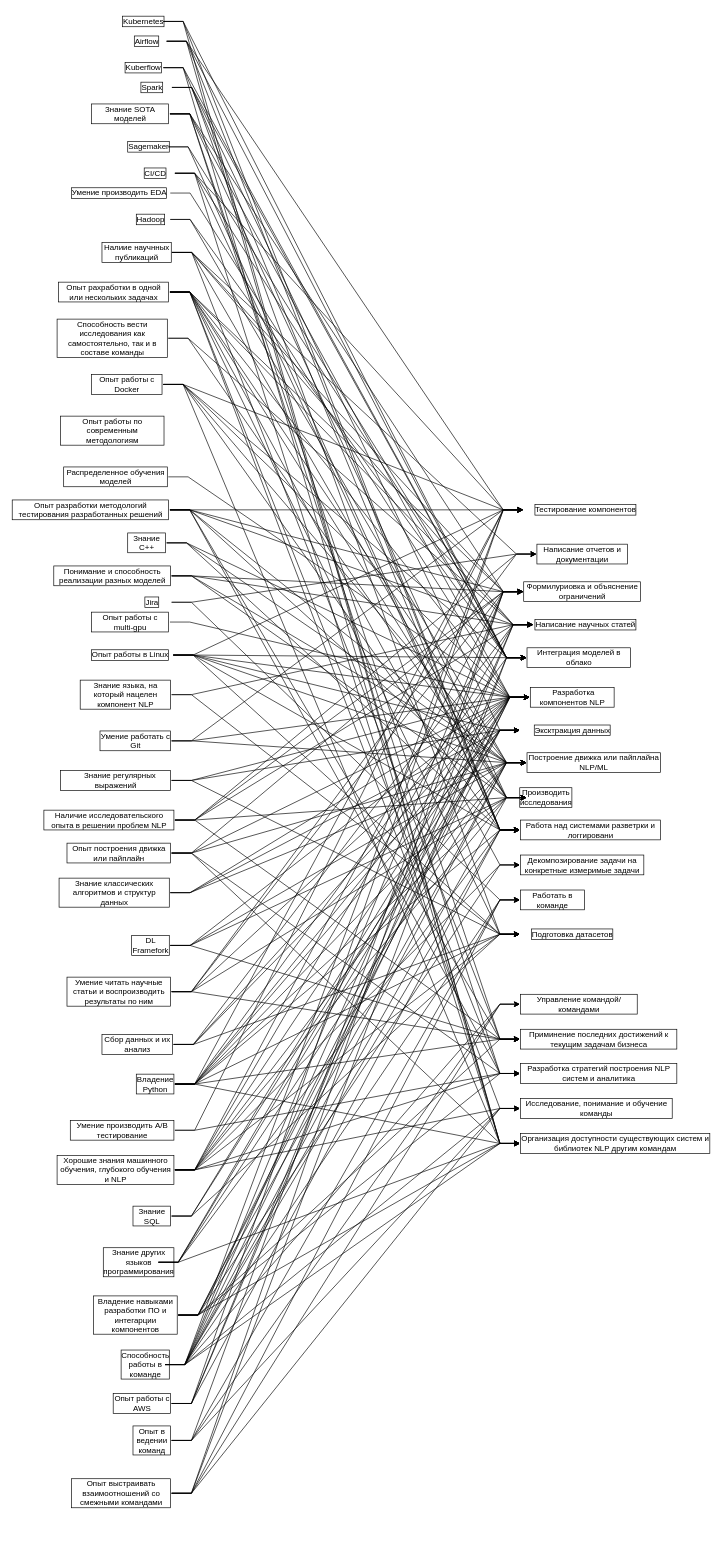
Before: page "Граф навык-обязанность" (3 of 5) of competencies_nlp.drawio in Astromis/nlp-compass, a draw.io diagram. Source tidied: cells renumbered, new cells numbered last; positions are measured from the earlier drawing's top-left corner, leaving out a move shared by most shapes. Both pictures are drawn from the tidied source at 66%, with x=0, y=0 at pixel (11, 11).
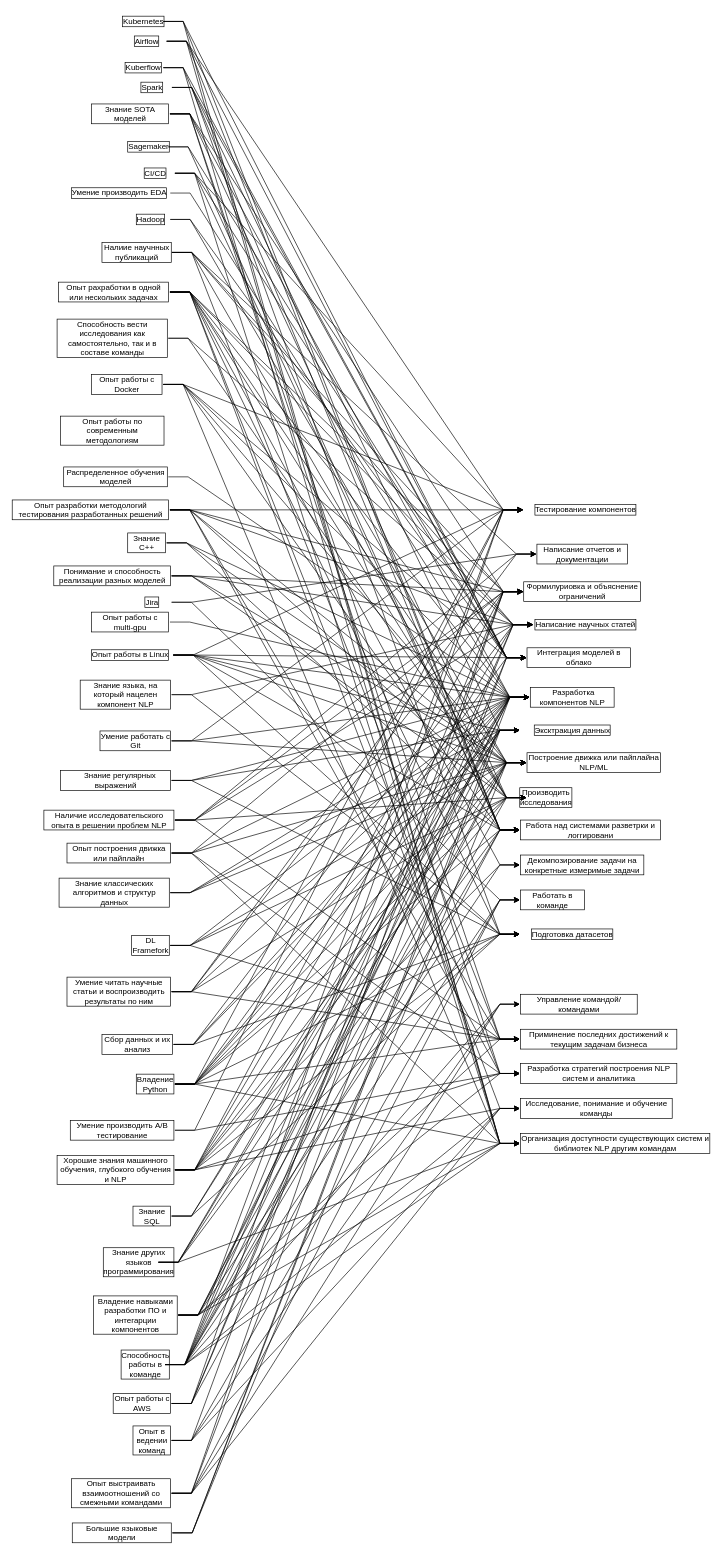
Above is the later version.

Unchanged cells that the change refers to:
```xml
<mxCell id="210" value=" Разработка компонентов NLP" style="text;strokeColor=none;fillColor=none;align=center;verticalAlign=middle;whiteSpace=wrap;rounded=0;dashed=1;labelBackgroundColor=none;labelBorderColor=default;fontColor=#000000;flipV=0;" parent="1" vertex="1">
  <mxGeometry x="785" y="1024" width="130" height="30" as="geometry" />
</mxCell>
<mxCell id="215" value="Эксктракция данных " style="text;strokeColor=none;fillColor=none;align=center;verticalAlign=middle;whiteSpace=wrap;rounded=0;dashed=1;labelBackgroundColor=none;labelBorderColor=default;fontColor=#000000;flipV=0;" parent="1" vertex="1">
  <mxGeometry x="770" y="1074" width="160" height="30" as="geometry" />
</mxCell>
<mxCell id="216" value="Построение движка или пайплайна NLP/ML" style="text;strokeColor=none;fillColor=none;align=center;verticalAlign=middle;whiteSpace=wrap;rounded=0;dashed=1;labelBackgroundColor=none;labelBorderColor=default;fontColor=#000000;flipV=0;" parent="1" vertex="1">
  <mxGeometry x="780" y="1123" width="205" height="30" as="geometry" />
</mxCell>
```

Change to the diagram source:
```diff
@@
+    <mxCell id="228" style="edgeStyle=entityRelationEdgeStyle;rounded=0;jettySize=auto;html=1;entryX=0;entryY=0.5;entryDx=0;entryDy=0;" parent="1" edge="1" source="231" target="215">
+      <mxGeometry relative="1" as="geometry" />
+    </mxCell>
+    <mxCell id="229" style="edgeStyle=entityRelationEdgeStyle;rounded=0;jettySize=auto;html=1;entryX=0;entryY=0.5;entryDx=0;entryDy=0;" parent="1" edge="1" source="231" target="216">
+      <mxGeometry relative="1" as="geometry" />
+    </mxCell>
+    <mxCell id="230" style="edgeStyle=entityRelationEdgeStyle;rounded=0;jettySize=auto;html=1;entryX=0;entryY=0.5;entryDx=0;entryDy=0;" parent="1" edge="1" source="231" target="210">
+      <mxGeometry relative="1" as="geometry" />
+    </mxCell>
+    <mxCell id="231" value="Большие языковые модели" style="text;strokeColor=none;fillColor=none;align=center;verticalAlign=middle;whiteSpace=wrap;rounded=0;labelBorderColor=default;" parent="1" vertex="1">
+      <mxGeometry x="91.2" y="2290" width="152.5" height="30" as="geometry" />
+    </mxCell>
```
